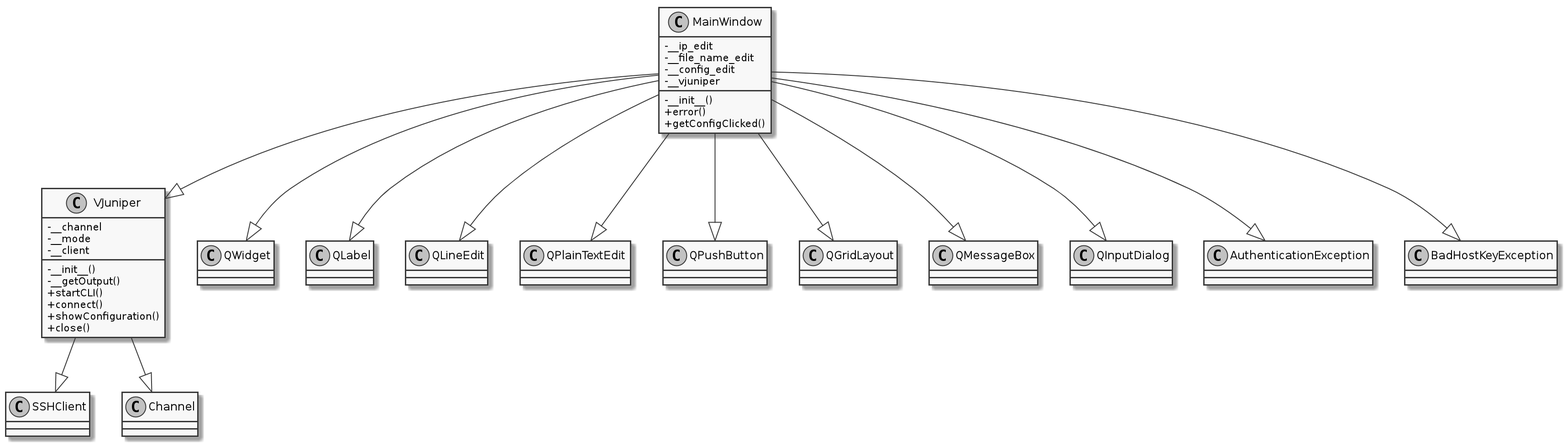
Above: ass33/classes.puml.png in deadbok/eal_programming (PlantUML), before the change. Source of this version:
```plantuml
@startuml

skinparam monochrome true
skinparam classAttributeIconSize 0
scale 2

skinparam monochrome true
skinparam classAttributeIconSize 0
scale 2
class MainWindow{
    -__ip_edit
    -__file_name_edit
    -__config_edit
    -__vjuniper
    -__init__()
    +error()
    +getConfigClicked()
}
skinparam monochrome true
skinparam classAttributeIconSize 0
scale 2
class VJuniper{
    -__channel
    -__mode
    -__client
    -__init__()
    -__getOutput()
    +startCLI()
    +connect()
    +showConfiguration()
    +close()
}

class QWidget
class QLabel
class QLineEdit
class QPlainTextEdit
class QPushButton
class QGridLayout
class QMessageBox
class QInputDialog
class AuthenticationException
class BadHostKeyException

MainWindow --|> QWidget
MainWindow --|> QLabel
MainWindow --|> QLineEdit
MainWindow --|> QPlainTextEdit
MainWindow --|> QPushButton
MainWindow --|> QGridLayout
MainWindow --|> QMessageBox
MainWindow --|> QInputDialog
MainWindow --|> VJuniper
MainWindow --|> AuthenticationException
MainWindow --|> BadHostKeyException

class SSHClient
class Channel

VJuniper --|> SSHClient
VJuniper --|> Channel


@enduml
```
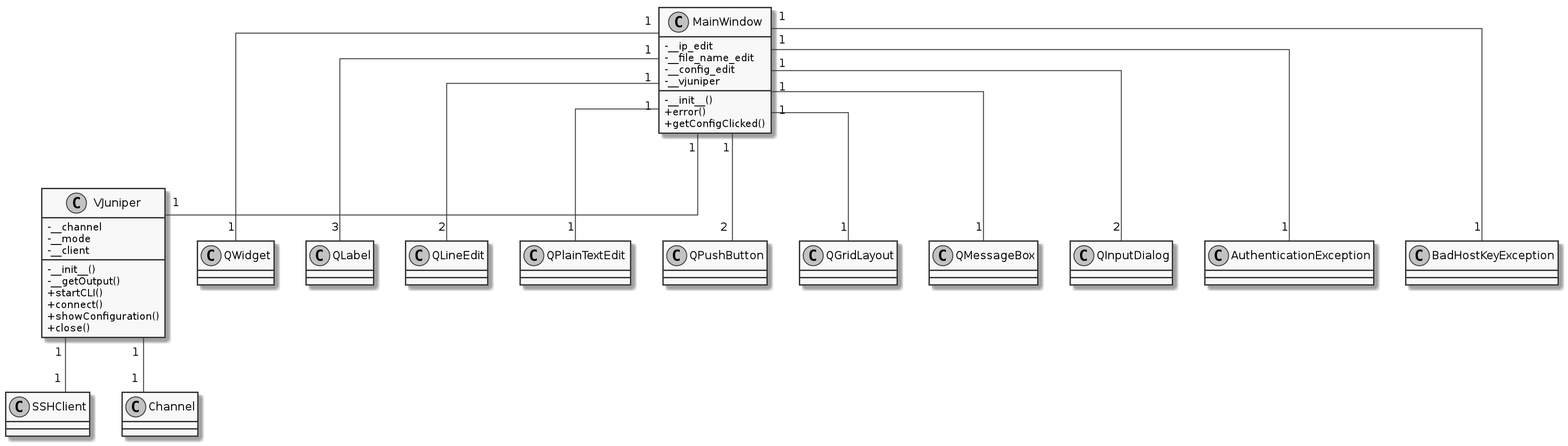
Above is the later version.

The edit, as a diff of the source:
```diff
@@ -2,6 +2,7 @@
 
 skinparam monochrome true
 skinparam classAttributeIconSize 0
+skinparam linetype ortho
 scale 2
 
 skinparam monochrome true
@@ -42,23 +43,22 @@
 class AuthenticationException
 class BadHostKeyException
 
-MainWindow --|> QWidget
-MainWindow --|> QLabel
-MainWindow --|> QLineEdit
-MainWindow --|> QPlainTextEdit
-MainWindow --|> QPushButton
-MainWindow --|> QGridLayout
-MainWindow --|> QMessageBox
-MainWindow --|> QInputDialog
-MainWindow --|> VJuniper
-MainWindow --|> AuthenticationException
-MainWindow --|> BadHostKeyException
+MainWindow "1" -- "1" QWidget
+MainWindow "1" -- "3" QLabel
+MainWindow "1" -- "2" QLineEdit
+MainWindow "1" -- "1" QPlainTextEdit
+MainWindow "1 " -- "2  " QPushButton
+MainWindow "1" -- "1" QGridLayout
+MainWindow "1" -- "1" QMessageBox
+MainWindow "1" -- "2" QInputDialog
+MainWindow "1" -- "1" VJuniper
+MainWindow "1" -- "1" AuthenticationException
+MainWindow "1" -- "1" BadHostKeyException
 
 class SSHClient
 class Channel
 
-VJuniper --|> SSHClient
-VJuniper --|> Channel
-
+VJuniper "1" -- "1  " SSHClient
+VJuniper "1  " -- "1" Channel
 
 @enduml
```
